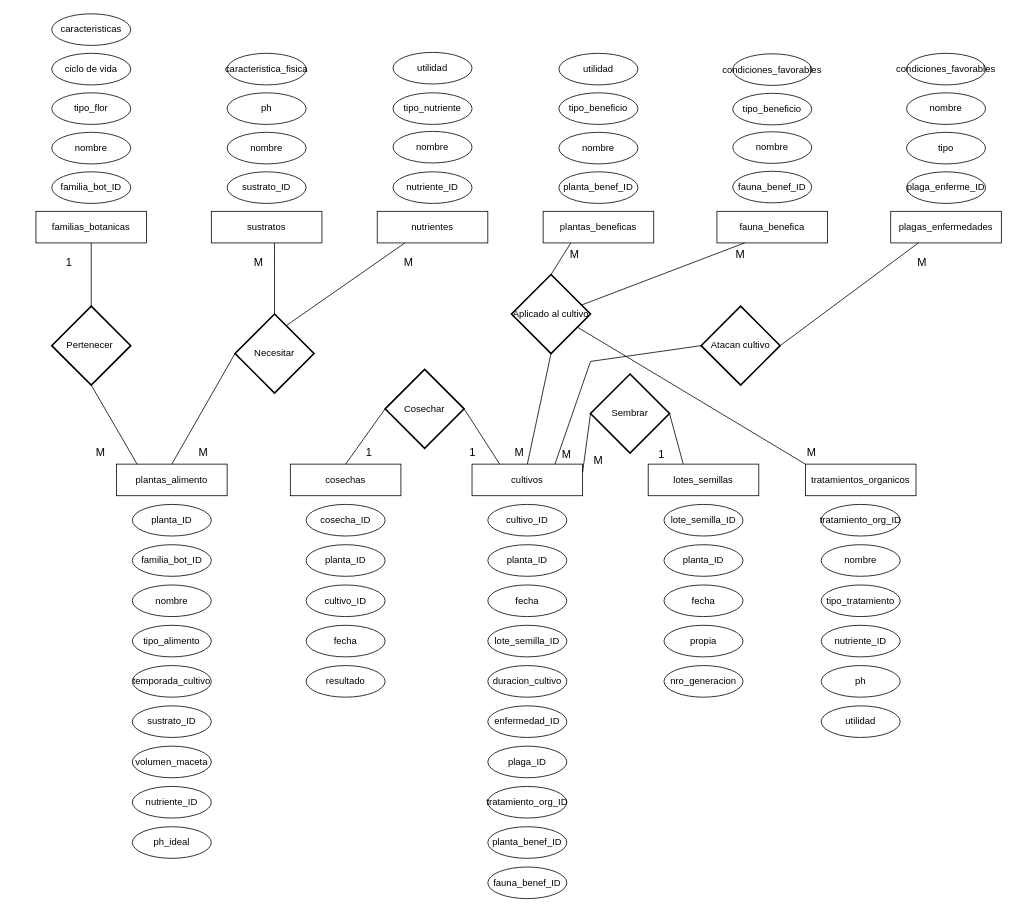
MariaSoledadHiga/sql-coderhouse keeps this draw.io diagram as Huerta.drawio. Above is the earlier version. Source tidied: cells renumbered, new cells numbered last; positions are measured from the earlier drawing's top-left corner, leaving out a move shared by most shapes. Both pictures are drawn from the tidied source at 79%, with x=0, y=0 at pixel (36, 13).
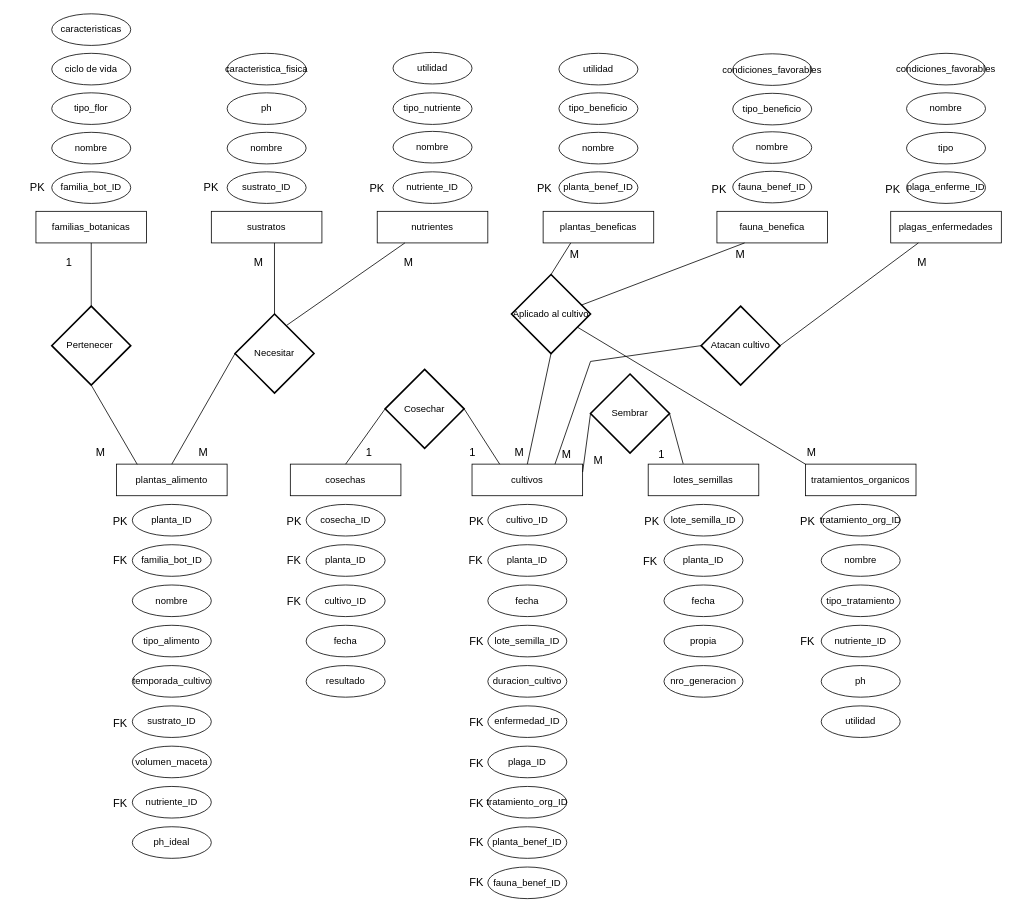
Above is the later version.

Commit message:
señalizando keys

Unchanged cells that the change refers to:
```xml
<mxCell id="39" style="group;" parent="1" vertex="1">
  <mxGeometry x="974" y="570" width="140" height="346" as="geometry" />
</mxCell>
<mxCell id="47" style="group;" parent="1" vertex="1">
  <mxGeometry width="140" height="290" as="geometry" />
</mxCell>
<mxCell id="55" style="group;" parent="1" vertex="1">
  <mxGeometry x="222" y="50" width="140" height="240" as="geometry" />
</mxCell>
```

What changed in the source:
```diff
@@
+    <mxCell id="121" value="PK" style="text;html=1;strokeColor=none;fillColor=none;align=center;verticalAlign=middle;whiteSpace=wrap;rounded=0;fontSize=14;" parent="39" vertex="1">
+      <mxGeometry x="-27" y="57" width="60" height="30" as="geometry" />
+    </mxCell>
@@
+    <mxCell id="122" value="PK" style="text;html=1;strokeColor=none;fillColor=none;align=center;verticalAlign=middle;whiteSpace=wrap;rounded=0;fontSize=14;" parent="47" vertex="1">
+      <mxGeometry x="-28" y="205" width="60" height="30" as="geometry" />
+    </mxCell>
@@
+    <mxCell id="123" value="PK" style="text;html=1;strokeColor=none;fillColor=none;align=center;verticalAlign=middle;whiteSpace=wrap;rounded=0;fontSize=14;" parent="55" vertex="1">
+      <mxGeometry x="-30" y="155" width="60" height="30" as="geometry" />
+    </mxCell>
@@
+    <mxCell id="124" value="PK" style="text;html=1;strokeColor=none;fillColor=none;align=center;verticalAlign=middle;whiteSpace=wrap;rounded=0;fontSize=14;" parent="1" vertex="1">
+      <mxGeometry x="402" y="206" width="60" height="30" as="geometry" />
+    </mxCell>
+    <mxCell id="125" value="PK" style="text;html=1;strokeColor=none;fillColor=none;align=center;verticalAlign=middle;whiteSpace=wrap;rounded=0;fontSize=14;" parent="1" vertex="1">
+      <mxGeometry x="614" y="206" width="60" height="30" as="geometry" />
+    </mxCell>
+    <mxCell id="126" value="PK" style="text;html=1;strokeColor=none;fillColor=none;align=center;verticalAlign=middle;whiteSpace=wrap;rounded=0;fontSize=14;" parent="1" vertex="1">
+      <mxGeometry x="835" y="207" width="60" height="30" as="geometry" />
+    </mxCell>
+    <mxCell id="127" value="PK" style="text;html=1;strokeColor=none;fillColor=none;align=center;verticalAlign=middle;whiteSpace=wrap;rounded=0;fontSize=14;" parent="1" vertex="1">
+      <mxGeometry x="1055" y="207" width="60" height="30" as="geometry" />
+    </mxCell>
+    <mxCell id="128" value="PK" style="text;html=1;strokeColor=none;fillColor=none;align=center;verticalAlign=middle;whiteSpace=wrap;rounded=0;fontSize=14;" parent="1" vertex="1">
+      <mxGeometry x="750" y="627" width="60" height="30" as="geometry" />
+    </mxCell>
+    <mxCell id="129" value="PK" style="text;html=1;strokeColor=none;fillColor=none;align=center;verticalAlign=middle;whiteSpace=wrap;rounded=0;fontSize=14;" parent="1" vertex="1">
+      <mxGeometry x="528" y="627" width="60" height="30" as="geometry" />
+    </mxCell>
+    <mxCell id="130" value="PK" style="text;html=1;strokeColor=none;fillColor=none;align=center;verticalAlign=middle;whiteSpace=wrap;rounded=0;fontSize=14;" parent="1" vertex="1">
+      <mxGeometry x="297" y="627" width="60" height="30" as="geometry" />
+    </mxCell>
+    <mxCell id="131" value="PK" style="text;html=1;strokeColor=none;fillColor=none;align=center;verticalAlign=middle;whiteSpace=wrap;rounded=0;fontSize=14;" parent="1" vertex="1">
+      <mxGeometry x="77" y="627" width="60" height="30" as="geometry" />
+    </mxCell>
+    <mxCell id="132" value="FK" style="text;html=1;strokeColor=none;fillColor=none;align=center;verticalAlign=middle;whiteSpace=wrap;rounded=0;fontSize=14;" parent="1" vertex="1">
+      <mxGeometry x="77" y="677" width="60" height="30" as="geometry" />
+    </mxCell>
+    <mxCell id="133" value="FK" style="text;html=1;strokeColor=none;fillColor=none;align=center;verticalAlign=middle;whiteSpace=wrap;rounded=0;fontSize=14;" parent="1" vertex="1">
+      <mxGeometry x="77" y="883" width="60" height="30" as="geometry" />
+    </mxCell>
+    <mxCell id="134" value="FK" style="text;html=1;strokeColor=none;fillColor=none;align=center;verticalAlign=middle;whiteSpace=wrap;rounded=0;fontSize=14;" parent="1" vertex="1">
+      <mxGeometry x="77" y="984" width="60" height="30" as="geometry" />
+    </mxCell>
+    <mxCell id="135" value="FK" style="text;html=1;strokeColor=none;fillColor=none;align=center;verticalAlign=middle;whiteSpace=wrap;rounded=0;fontSize=14;" parent="1" vertex="1">
+      <mxGeometry x="297" y="677" width="60" height="30" as="geometry" />
+    </mxCell>
+    <mxCell id="136" value="FK" style="text;html=1;strokeColor=none;fillColor=none;align=center;verticalAlign=middle;whiteSpace=wrap;rounded=0;fontSize=14;" parent="1" vertex="1">
+      <mxGeometry x="297" y="729" width="60" height="30" as="geometry" />
+    </mxCell>
+    <mxCell id="137" value="FK" style="text;html=1;strokeColor=none;fillColor=none;align=center;verticalAlign=middle;whiteSpace=wrap;rounded=0;fontSize=14;" parent="1" vertex="1">
+      <mxGeometry x="527" y="677" width="60" height="30" as="geometry" />
+    </mxCell>
+    <mxCell id="138" value="FK" style="text;html=1;strokeColor=none;fillColor=none;align=center;verticalAlign=middle;whiteSpace=wrap;rounded=0;fontSize=14;" parent="1" vertex="1">
+      <mxGeometry x="528" y="780" width="60" height="30" as="geometry" />
+    </mxCell>
+    <mxCell id="139" value="FK" style="text;html=1;strokeColor=none;fillColor=none;align=center;verticalAlign=middle;whiteSpace=wrap;rounded=0;fontSize=14;" parent="1" vertex="1">
+      <mxGeometry x="528" y="882" width="60" height="30" as="geometry" />
+    </mxCell>
+    <mxCell id="140" value="FK" style="text;html=1;strokeColor=none;fillColor=none;align=center;verticalAlign=middle;whiteSpace=wrap;rounded=0;fontSize=14;" parent="1" vertex="1">
+      <mxGeometry x="528" y="934" width="60" height="30" as="geometry" />
+    </mxCell>
+    <mxCell id="141" value="FK" style="text;html=1;strokeColor=none;fillColor=none;align=center;verticalAlign=middle;whiteSpace=wrap;rounded=0;fontSize=14;" parent="1" vertex="1">
+      <mxGeometry x="528" y="984" width="60" height="30" as="geometry" />
+    </mxCell>
+    <mxCell id="142" value="FK" style="text;html=1;strokeColor=none;fillColor=none;align=center;verticalAlign=middle;whiteSpace=wrap;rounded=0;fontSize=14;" parent="1" vertex="1">
+      <mxGeometry x="528" y="1034" width="60" height="30" as="geometry" />
+    </mxCell>
+    <mxCell id="143" value="FK" style="text;html=1;strokeColor=none;fillColor=none;align=center;verticalAlign=middle;whiteSpace=wrap;rounded=0;fontSize=14;" parent="1" vertex="1">
+      <mxGeometry x="528" y="1084" width="60" height="30" as="geometry" />
+    </mxCell>
+    <mxCell id="144" value="FK" style="text;html=1;strokeColor=none;fillColor=none;align=center;verticalAlign=middle;whiteSpace=wrap;rounded=0;fontSize=14;" parent="1" vertex="1">
+      <mxGeometry x="748" y="678" width="60" height="30" as="geometry" />
+    </mxCell>
+    <mxCell id="145" value="FK" style="text;html=1;strokeColor=none;fillColor=none;align=center;verticalAlign=middle;whiteSpace=wrap;rounded=0;fontSize=14;" parent="1" vertex="1">
+      <mxGeometry x="947" y="780" width="60" height="30" as="geometry" />
+    </mxCell>
```
